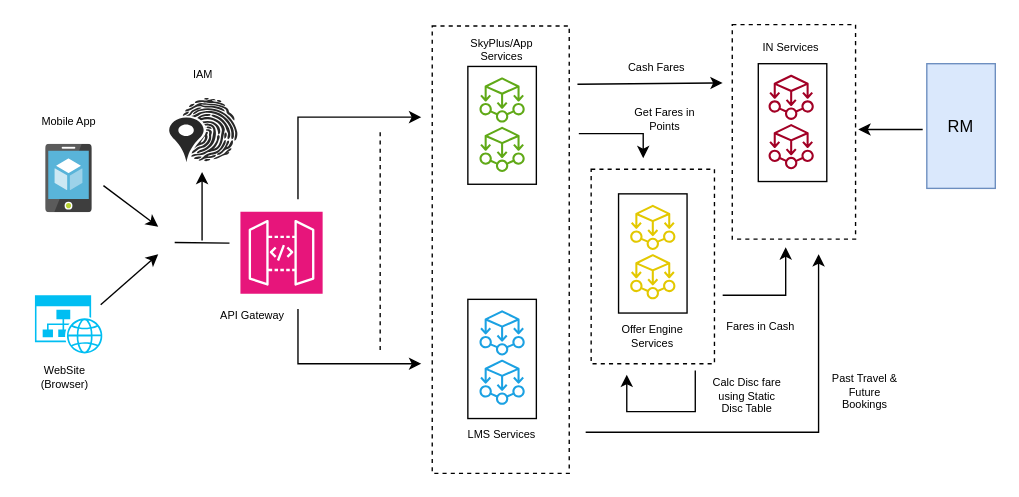
Earlier version of the draw.io diagram Copy2 of LM.drawio (nchauhan4/drawings). Source tidied: cells renumbered, new cells numbered last; positions are measured from the earlier drawing's top-left corner, leaving out a move shared by most shapes. Both pictures are drawn from the tidied source at 137%, with x=0, y=0 at pixel (23, 23).
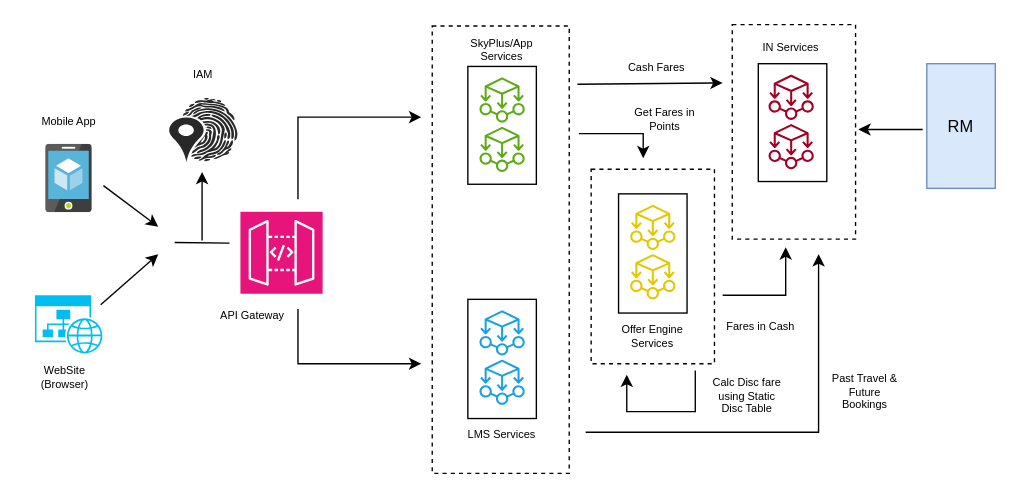
Above is the later version.

Change to the diagram source:
```diff
@@
-    <mxCell id="47" style="endArrow=none;html=1;rounded=0;dashed=1;" parent="1" edge="1">
-      <mxGeometry relative="1" as="geometry">
-        <mxPoint x="260" y="238" as="sourcePoint" />
-        <mxPoint x="260" y="78" as="targetPoint" />
-      </mxGeometry>
-    </mxCell>
```
